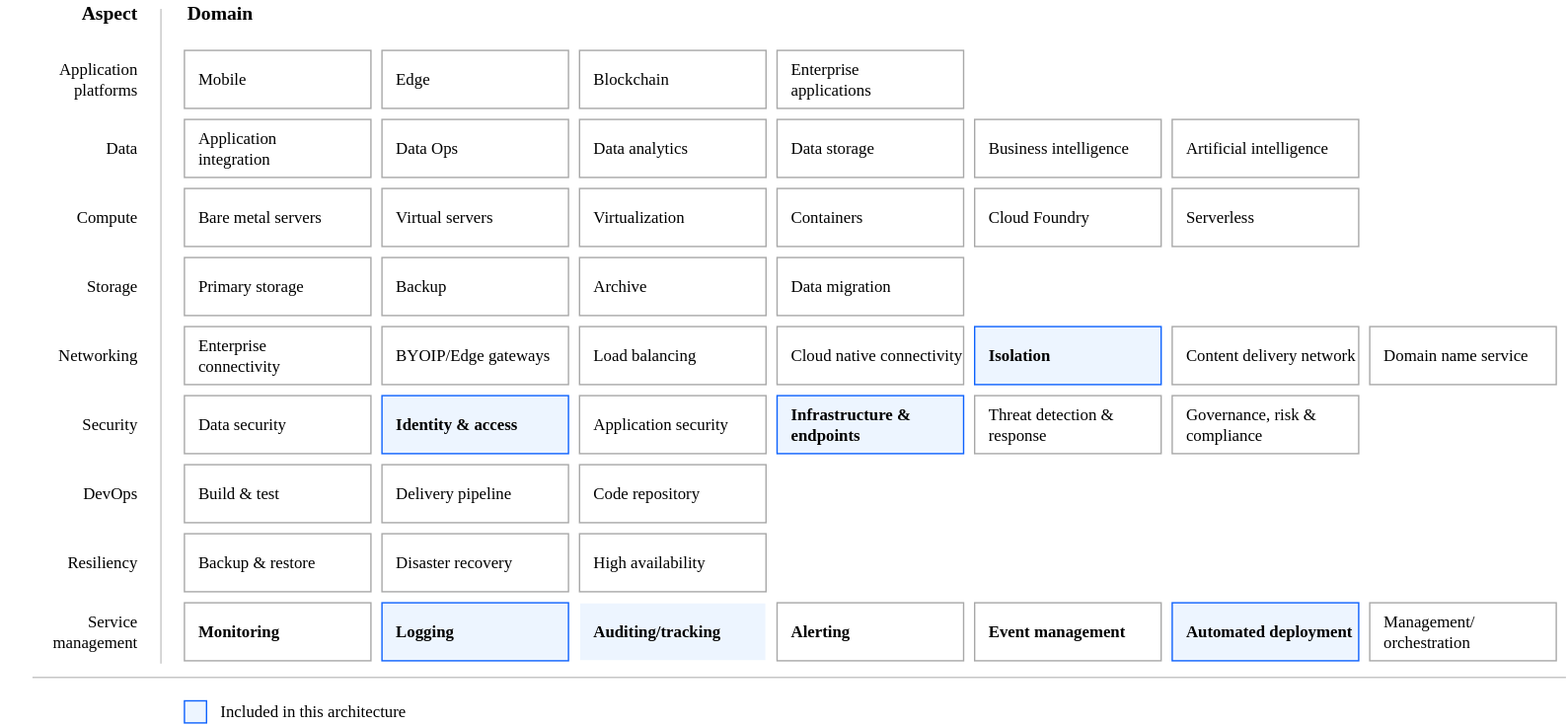
This is reference-architectures/heat-map-deploy-arch-slz-vpc-fully-configurable.svg from terraform-ibm-modules/terraform-ibm-landing-zone-vpc, a draw.io export, as it was before one commit. Source tidied: cells renumbered, new cells last; positions are measured from the earlier drawing's top-left corner, leaving out a move shared by most shapes.
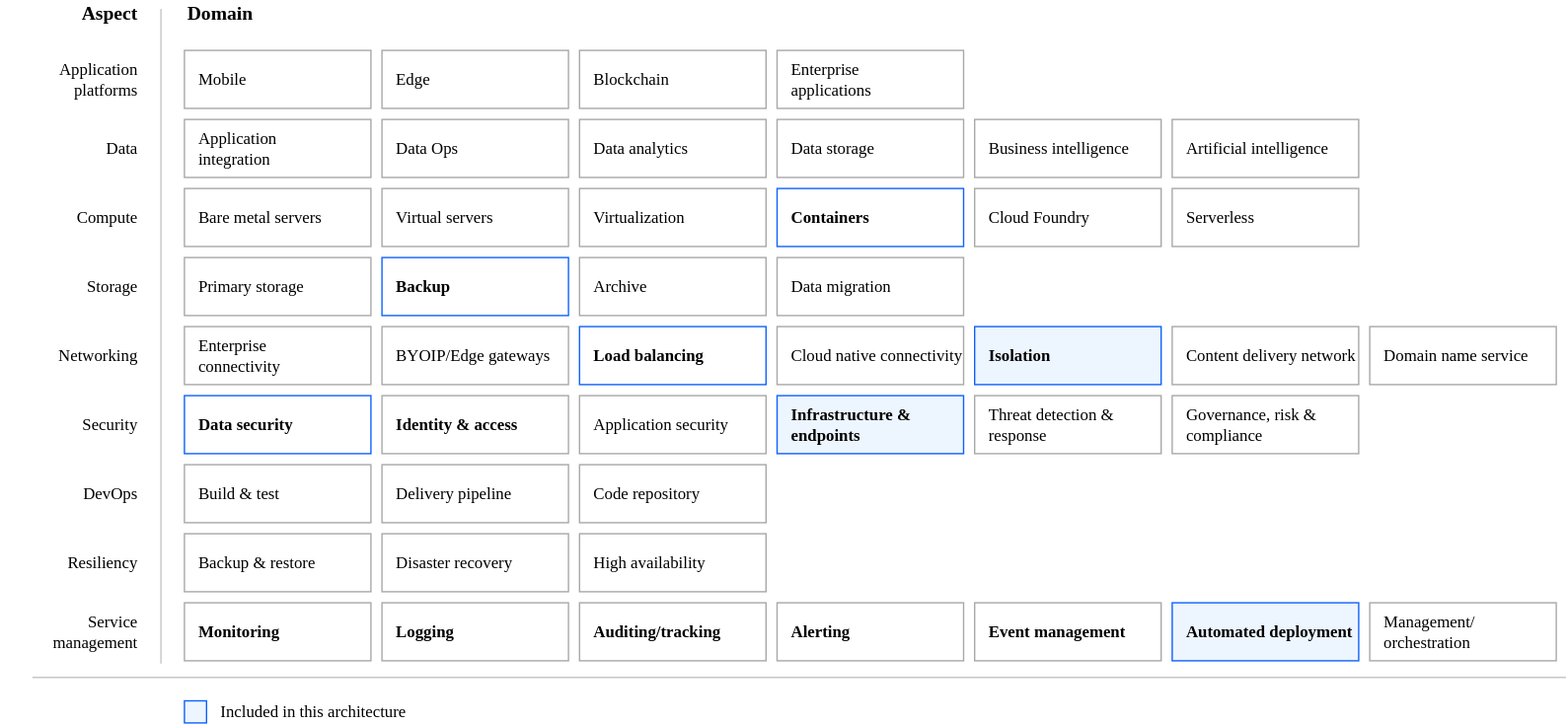
The same file after the commit.

Diff of the diagram source:
```diff
@@ -20,13 +20,13 @@
     <mxCell id="7" value="Build &amp;amp; test" style="rounded=0;whiteSpace=wrap;html=1;strokeColor=#A8A8A8;align=left;spacingLeft=8;fontFamily=IBM Plex Sans;" parent="1" vertex="1">
       <mxGeometry x="133" y="336" width="135" height="42" as="geometry" />
     </mxCell>
-    <mxCell id="8" value="Data security" style="rounded=0;whiteSpace=wrap;html=1;strokeColor=#A8A8A8;align=left;spacingLeft=8;fontFamily=IBM Plex Sans;fontStyle=0;fillColor=default;" parent="1" vertex="1">
+    <mxCell id="8" value="Data security" style="rounded=0;whiteSpace=wrap;html=1;strokeColor=light-dark(#0E62FD,#5D5D5D);align=left;spacingLeft=8;fontFamily=IBM Plex Sans;fontStyle=1;fillColor=default;" parent="1" vertex="1">
       <mxGeometry x="133" y="286" width="135" height="42" as="geometry" />
     </mxCell>
     <mxCell id="9" value="Backup &amp;amp; restore" style="rounded=0;whiteSpace=wrap;html=1;strokeColor=#A8A8A8;align=left;spacingLeft=8;fontFamily=IBM Plex Sans;" parent="1" vertex="1">
       <mxGeometry x="133" y="386" width="135" height="42" as="geometry" />
     </mxCell>
-    <mxCell id="10" value="&lt;b&gt;Monitoring&lt;/b&gt;" style="rounded=0;whiteSpace=wrap;html=1;strokeColor=light-dark(#A8A8A8,#000000);align=left;spacingLeft=8;fontFamily=IBM Plex Sans;fillColor=light-dark(#FFFFFF,#5CA4FF);" parent="1" vertex="1">
+    <mxCell id="10" value="Monitoring" style="rounded=0;whiteSpace=wrap;html=1;strokeColor=light-dark(#A8A8A8,#5CA4FF);align=left;spacingLeft=8;fontFamily=IBM Plex Sans;fontStyle=1;fillColor=light-dark(#FFFFFF,#151C24);" parent="1" vertex="1">
       <mxGeometry x="133" y="436" width="135" height="42" as="geometry" />
     </mxCell>
     <mxCell id="11" value="Edge" style="rounded=0;whiteSpace=wrap;html=1;strokeColor=#A8A8A8;align=left;spacingLeft=8;fontFamily=IBM Plex Sans;fillColor=default;fontStyle=0;" parent="1" vertex="1">
@@ -50,13 +50,13 @@
     <mxCell id="17" value="Business intelligence" style="rounded=0;whiteSpace=wrap;html=1;strokeColor=#A8A8A8;align=left;spacingLeft=8;fontFamily=IBM Plex Sans;fillColor=default;fontStyle=0;" parent="1" vertex="1">
       <mxGeometry x="705" y="86" width="135" height="42" as="geometry" />
     </mxCell>
-    <mxCell id="18" value="Virtual servers" style="rounded=0;whiteSpace=wrap;html=1;strokeColor=#A8A8A8;align=left;spacingLeft=8;fontFamily=IBM Plex Sans;fillColor=default;fontStyle=0;" parent="1" vertex="1">
+    <mxCell id="18" value="Virtual servers" style="rounded=0;whiteSpace=wrap;html=1;strokeColor=#A8A8A8;align=left;spacingLeft=8;fontFamily=IBM Plex Sans;fillColor=#FFFFFF;fontStyle=0;" parent="1" vertex="1">
       <mxGeometry x="276" y="136" width="135" height="42" as="geometry" />
     </mxCell>
     <mxCell id="19" value="Virtualization" style="rounded=0;whiteSpace=wrap;html=1;strokeColor=#A8A8A8;align=left;spacingLeft=8;fontFamily=IBM Plex Sans;fillColor=default;fontStyle=0;" parent="1" vertex="1">
       <mxGeometry x="419" y="136" width="135" height="42" as="geometry" />
     </mxCell>
-    <mxCell id="20" value="Containers" style="rounded=0;whiteSpace=wrap;html=1;strokeColor=#A8A8A8;align=left;spacingLeft=8;fontFamily=IBM Plex Sans;fillColor=default;fontStyle=0;" parent="1" vertex="1">
+    <mxCell id="20" value="Containers" style="rounded=0;whiteSpace=wrap;html=1;strokeColor=light-dark(#0E62FD,#5D5D5D);align=left;spacingLeft=8;fontFamily=IBM Plex Sans;fillColor=default;fontStyle=1;" parent="1" vertex="1">
       <mxGeometry x="562" y="136" width="135" height="42" as="geometry" />
     </mxCell>
     <mxCell id="21" value="Cloud Foundry" style="rounded=0;whiteSpace=wrap;html=1;strokeColor=#A8A8A8;align=left;spacingLeft=8;fontFamily=IBM Plex Sans;fillColor=default;fontStyle=0;" parent="1" vertex="1">
@@ -65,7 +65,7 @@
     <mxCell id="22" value="Serverless" style="rounded=0;whiteSpace=wrap;html=1;strokeColor=#A8A8A8;align=left;spacingLeft=8;fontFamily=IBM Plex Sans;fillColor=default;fontStyle=0;" parent="1" vertex="1">
       <mxGeometry x="848" y="136" width="135" height="42" as="geometry" />
     </mxCell>
-    <mxCell id="23" value="Backup" style="rounded=0;whiteSpace=wrap;html=1;strokeColor=#A8A8A8;align=left;spacingLeft=8;fontFamily=IBM Plex Sans;fillColor=default;fontStyle=0;" parent="1" vertex="1">
+    <mxCell id="23" value="Backup" style="rounded=0;whiteSpace=wrap;html=1;strokeColor=light-dark(#0E62FD,#5D5D5D);align=left;spacingLeft=8;fontFamily=IBM Plex Sans;fillColor=default;fontStyle=1;" parent="1" vertex="1">
       <mxGeometry x="276" y="186" width="135" height="42" as="geometry" />
     </mxCell>
     <mxCell id="24" value="Archive" style="rounded=0;whiteSpace=wrap;html=1;strokeColor=#A8A8A8;align=left;spacingLeft=8;fontFamily=IBM Plex Sans;fillColor=default;fontStyle=0;" parent="1" vertex="1">
@@ -77,13 +77,13 @@
     <mxCell id="26" value="BYOIP/Edge gateways" style="rounded=0;whiteSpace=wrap;html=1;strokeColor=#A8A8A8;align=left;spacingLeft=8;fontFamily=IBM Plex Sans;fillColor=default;fontStyle=0;" parent="1" vertex="1">
       <mxGeometry x="276" y="236" width="135" height="42" as="geometry" />
     </mxCell>
-    <mxCell id="27" value="Load balancing" style="rounded=0;whiteSpace=wrap;html=1;strokeColor=#A8A8A8;align=left;spacingLeft=8;fontFamily=IBM Plex Sans;fillColor=default;fontStyle=0;" parent="1" vertex="1">
+    <mxCell id="27" value="Load balancing" style="rounded=0;whiteSpace=wrap;html=1;strokeColor=light-dark(#0E62FD,#5D5D5D);align=left;spacingLeft=8;fontFamily=IBM Plex Sans;fillColor=default;fontStyle=1;" parent="1" vertex="1">
       <mxGeometry x="419" y="236" width="135" height="42" as="geometry" />
     </mxCell>
     <mxCell id="28" value="Cloud native connectivity" style="rounded=0;whiteSpace=wrap;html=1;strokeColor=#A8A8A8;align=left;spacingLeft=8;fontFamily=IBM Plex Sans;fillColor=default;fontStyle=0;" parent="1" vertex="1">
       <mxGeometry x="562" y="236" width="135" height="42" as="geometry" />
     </mxCell>
-    <mxCell id="29" value="Isolation" style="rounded=0;whiteSpace=wrap;html=1;strokeColor=light-dark(#0E62FD,#000000);align=left;spacingLeft=8;fontFamily=IBM Plex Sans;fillColor=light-dark(#EDF5FF,#5CA4FF);fontStyle=1;" parent="1" vertex="1">
+    <mxCell id="29" value="Isolation" style="rounded=0;whiteSpace=wrap;html=1;strokeColor=#0E62FD;align=left;spacingLeft=8;fontFamily=IBM Plex Sans;fillColor=#EDF5FF;fontStyle=1;" parent="1" vertex="1">
       <mxGeometry x="705" y="236" width="135" height="42" as="geometry" />
     </mxCell>
     <mxCell id="30" value="Content delivery network" style="rounded=0;whiteSpace=wrap;html=1;strokeColor=#A8A8A8;align=left;spacingLeft=8;fontFamily=IBM Plex Sans;fillColor=default;fontStyle=0;" parent="1" vertex="1">
@@ -92,13 +92,13 @@
     <mxCell id="31" value="Domain name service" style="rounded=0;whiteSpace=wrap;html=1;strokeColor=#A8A8A8;align=left;spacingLeft=8;fontFamily=IBM Plex Sans;fillColor=default;fontStyle=0;" parent="1" vertex="1">
       <mxGeometry x="991" y="236" width="135" height="42" as="geometry" />
     </mxCell>
-    <mxCell id="32" value="Identity &amp;amp; access" style="rounded=0;whiteSpace=wrap;html=1;strokeColor=light-dark(#0E62FD,#000000);align=left;spacingLeft=8;fontFamily=IBM Plex Sans;fillColor=light-dark(#EDF5FF,#5CA4FF);fontStyle=1;" parent="1" vertex="1">
+    <mxCell id="32" value="Identity &amp;amp; access" style="rounded=0;whiteSpace=wrap;html=1;strokeColor=light-dark(#A8A8A8,#5CA4FF);align=left;spacingLeft=8;fontFamily=IBM Plex Sans;fillColor=light-dark(#FFFFFF,#151C24);fontStyle=1;" parent="1" vertex="1">
       <mxGeometry x="276" y="286" width="135" height="42" as="geometry" />
     </mxCell>
     <mxCell id="33" value="Application security" style="rounded=0;whiteSpace=wrap;html=1;strokeColor=#A8A8A8;align=left;spacingLeft=8;fontFamily=IBM Plex Sans;fillColor=default;fontStyle=0;" parent="1" vertex="1">
       <mxGeometry x="419" y="286" width="135" height="42" as="geometry" />
     </mxCell>
-    <mxCell id="34" value="Infrastructure &amp;amp; endpoints" style="rounded=0;whiteSpace=wrap;html=1;strokeColor=light-dark(#0E62FD,#000000);align=left;spacingLeft=8;fontFamily=IBM Plex Sans;fillColor=light-dark(#EDF5FF,#5CA4FF);fontStyle=1;" parent="1" vertex="1">
+    <mxCell id="34" value="Infrastructure &amp;amp; endpoints" style="rounded=0;whiteSpace=wrap;html=1;strokeColor=#0E62FD;align=left;spacingLeft=8;fontFamily=IBM Plex Sans;fillColor=#EDF5FF;fontStyle=1;" parent="1" vertex="1">
       <mxGeometry x="562" y="286" width="135" height="42" as="geometry" />
     </mxCell>
     <mxCell id="35" value="Threat detection &amp;amp; response" style="rounded=0;whiteSpace=wrap;html=1;strokeColor=#A8A8A8;align=left;spacingLeft=8;fontFamily=IBM Plex Sans;fillColor=default;fontStyle=0;" parent="1" vertex="1">
@@ -119,19 +119,19 @@
     <mxCell id="40" value="High availability" style="rounded=0;whiteSpace=wrap;html=1;strokeColor=#A8A8A8;align=left;spacingLeft=8;fontFamily=IBM Plex Sans;fillColor=default;fontStyle=0;" parent="1" vertex="1">
       <mxGeometry x="419" y="386" width="135" height="42" as="geometry" />
     </mxCell>
-    <mxCell id="41" value="Logging" style="rounded=0;whiteSpace=wrap;html=1;strokeColor=light-dark(#0E62FD,#000000);align=left;spacingLeft=8;fontFamily=IBM Plex Sans;fillColor=light-dark(#EDF5FF,#5CA4FF);fontStyle=1;" parent="1" vertex="1">
+    <mxCell id="41" value="Logging" style="rounded=0;whiteSpace=wrap;html=1;strokeColor=light-dark(#A8A8A8,#5CA4FF);align=left;spacingLeft=8;fontFamily=IBM Plex Sans;fillColor=light-dark(#FFFFFF,#151C24);fontStyle=1;" parent="1" vertex="1">
       <mxGeometry x="276" y="436" width="135" height="42" as="geometry" />
     </mxCell>
-    <mxCell id="42" value="Auditing/tracking" style="rounded=0;whiteSpace=wrap;html=1;strokeColor=light-dark(#FFFFFF,#151C24);align=left;spacingLeft=8;fontFamily=IBM Plex Sans;fillColor=#EDF5FF;fontStyle=1;" parent="1" vertex="1">
+    <mxCell id="42" value="Auditing/tracking" style="rounded=0;whiteSpace=wrap;html=1;strokeColor=light-dark(#A8A8A8,#5CA4FF);align=left;spacingLeft=8;fontFamily=IBM Plex Sans;fillColor=light-dark(#FFFFFF,#151C24);fontStyle=1;" parent="1" vertex="1">
       <mxGeometry x="419" y="436" width="135" height="42" as="geometry" />
     </mxCell>
-    <mxCell id="43" value="&lt;b&gt;Alerting&lt;/b&gt;" style="rounded=0;whiteSpace=wrap;html=1;strokeColor=light-dark(#A8A8A8,#5CA4FF);align=left;spacingLeft=8;fontFamily=IBM Plex Sans;fillColor=light-dark(#FFFFFF,#5CA4FF);fontStyle=0;" parent="1" vertex="1">
+    <mxCell id="43" value="Alerting" style="rounded=0;whiteSpace=wrap;html=1;strokeColor=light-dark(#A8A8A8,#5CA4FF);align=left;spacingLeft=8;fontFamily=IBM Plex Sans;fillColor=light-dark(#FFFFFF,#151C24);fontStyle=1;" parent="1" vertex="1">
       <mxGeometry x="562" y="436" width="135" height="42" as="geometry" />
     </mxCell>
-    <mxCell id="44" value="&lt;b&gt;Event management&lt;/b&gt;" style="rounded=0;whiteSpace=wrap;html=1;strokeColor=light-dark(#A8A8A8,#5CA4FF);align=left;spacingLeft=8;fontFamily=IBM Plex Sans;fillColor=light-dark(#FFFFFF,#151C24);fontStyle=0;" parent="1" vertex="1">
+    <mxCell id="44" value="Event management" style="rounded=0;whiteSpace=wrap;html=1;strokeColor=light-dark(#A8A8A8,#5CA4FF);align=left;spacingLeft=8;fontFamily=IBM Plex Sans;fillColor=light-dark(#FFFFFF,#151C24);fontStyle=1;" parent="1" vertex="1">
       <mxGeometry x="705" y="436" width="135" height="42" as="geometry" />
     </mxCell>
-    <mxCell id="45" value="Automated deployment" style="rounded=0;whiteSpace=wrap;html=1;strokeColor=light-dark(#0E62FD,#000000);align=left;spacingLeft=8;fontFamily=IBM Plex Sans;fillColor=light-dark(#EDF5FF,#5CA4FF);fontStyle=1;" parent="1" vertex="1">
+    <mxCell id="45" value="Automated deployment" style="rounded=0;whiteSpace=wrap;html=1;strokeColor=#0E62FD;align=left;spacingLeft=8;fontFamily=IBM Plex Sans;fillColor=#EDF5FF;fontStyle=1;" parent="1" vertex="1">
       <mxGeometry x="848" y="436" width="135" height="42" as="geometry" />
     </mxCell>
     <mxCell id="46" value="Management/&lt;br&gt;orchestration" style="rounded=0;whiteSpace=wrap;html=1;strokeColor=#A8A8A8;align=left;spacingLeft=8;fontFamily=IBM Plex Sans;fillColor=default;fontStyle=0;" parent="1" vertex="1">
@@ -182,7 +182,7 @@
         <mxPoint x="1133" y="490" as="targetPoint" />
       </mxGeometry>
     </mxCell>
-    <mxCell id="60" style="rounded=0;whiteSpace=wrap;html=1;strokeColor=light-dark(#0E62FD,#000000);align=left;spacingLeft=8;fontFamily=IBM Plex Sans;fontStyle=1;fillColor=light-dark(#EDF5FF,#5CA4FF);" parent="1" vertex="1">
+    <mxCell id="60" style="rounded=0;whiteSpace=wrap;html=1;strokeColor=#0E62FD;align=left;spacingLeft=8;fontFamily=IBM Plex Sans;fontStyle=1;fillColor=#EDF5FF;" parent="1" vertex="1">
       <mxGeometry x="133" y="507" width="16" height="16" as="geometry" />
     </mxCell>
     <mxCell id="61" value="Included in this architecture" style="text;strokeColor=none;fillColor=none;html=1;fontSize=12;fontStyle=0;verticalAlign=middle;align=left;rounded=0;fontFamily=IBM Plex Sans;fontColor=default;" parent="1" vertex="1">
```
